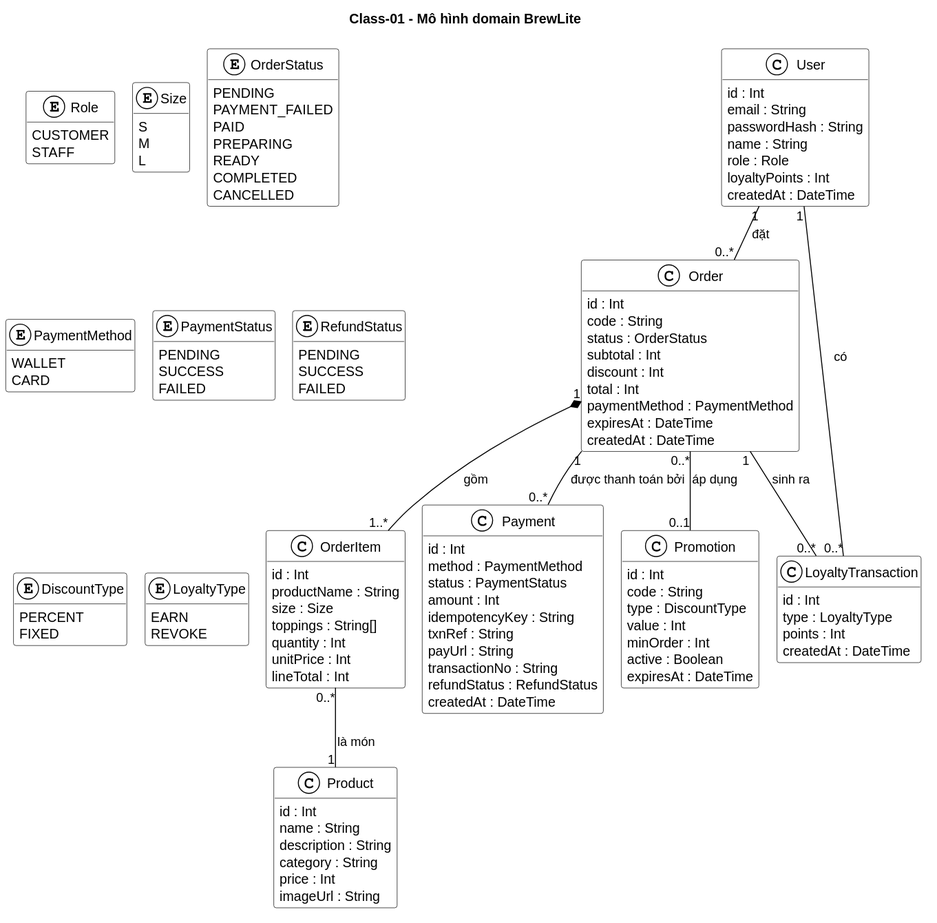
Before: docs/diagrams/class-domain.svg, a diagram exported from PlantUML (phi10hung/brewlite-ass2).
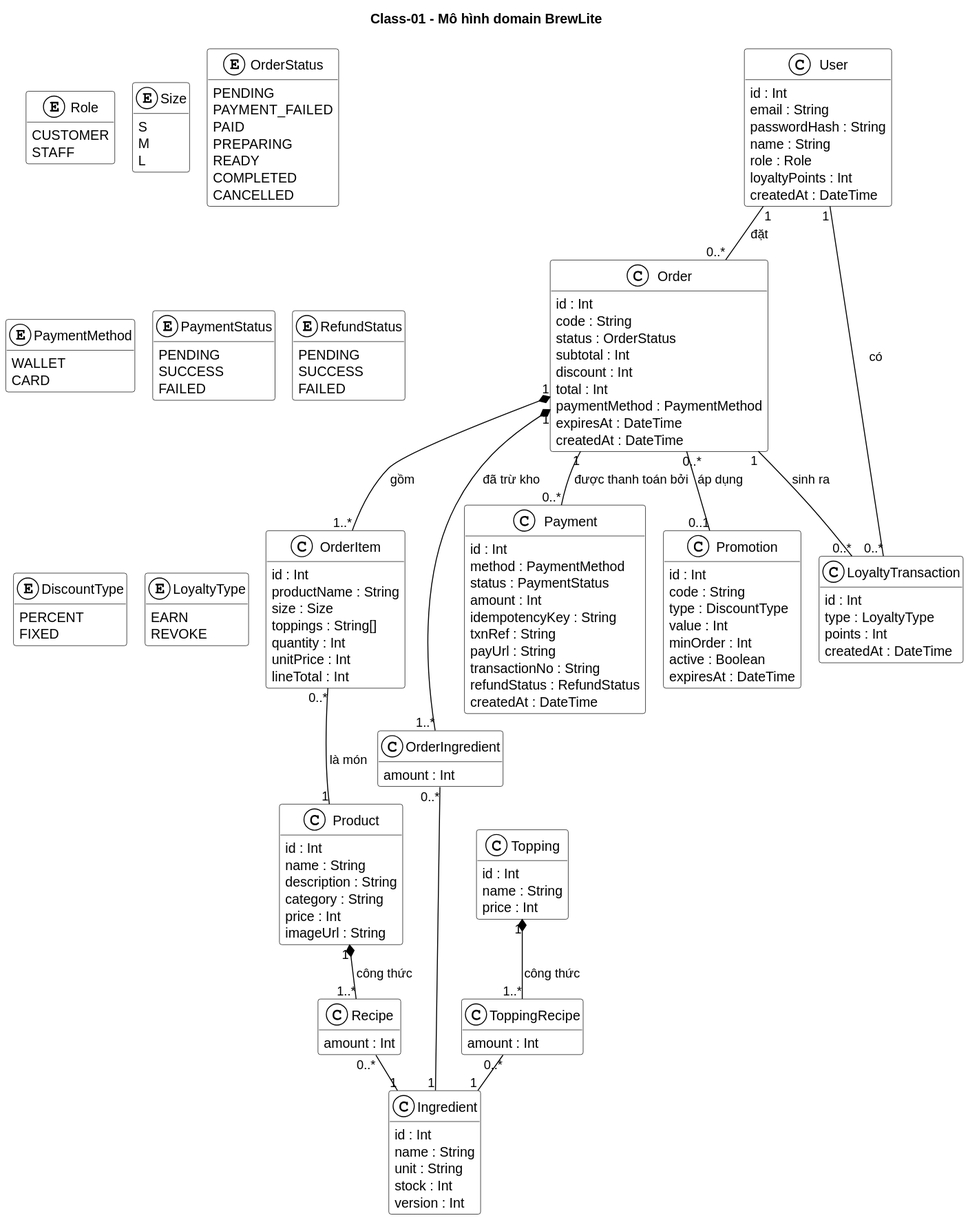
The same file after the commit.

Commit message:
docs: thêm các lớp tồn kho nguyên liệu vào class diagram

Diff of the diagram source:
```diff
@@ -72,6 +72,28 @@
   imageUrl : String
 }
 
+class Topping {
+  id : Int
+  name : String
+  price : Int
+}
+
+class Ingredient {
+  id : Int
+  name : String
+  unit : String
+  stock : Int
+  version : Int
+}
+
+class Recipe {
+  amount : Int
+}
+
+class ToppingRecipe {
+  amount : Int
+}
+
 class Order {
   id : Int
   code : String
@@ -92,6 +114,10 @@
   quantity : Int
   unitPrice : Int
   lineTotal : Int
+}
+
+class OrderIngredient {
+  amount : Int
 }
 
 class Payment {
@@ -131,4 +157,10 @@
 Order "1" -- "0..*" Payment : được thanh toán bởi >
 Order "0..*" -- "0..1" Promotion : áp dụng >
 Order "1" -- "0..*" LoyaltyTransaction : sinh ra >
+Order "1" *-- "1..*" OrderIngredient : đã trừ kho >
+OrderIngredient "0..*" -- "1" Ingredient
+Product "1" *-- "1..*" Recipe : công thức >
+Recipe "0..*" -- "1" Ingredient
+Topping "1" *-- "1..*" ToppingRecipe : công thức >
+ToppingRecipe "0..*" -- "1" Ingredient
 @enduml
```
